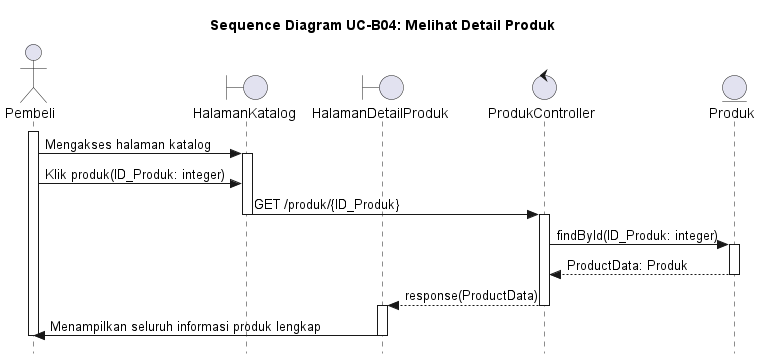
Earlier version of the PlantUML export out/UC-B04/SD-UC-B04_MelihatDetailProduk.png (alfiahnurfa/RSI-PROYEK-AKHIR-SEQUENCE). Its diagram source:
```plantuml
@startuml SD-UC-B04_MelihatDetailProduk
title Sequence Diagram UC-B04: Melihat Detail Produk
skinparam style strictuml

actor Pembeli
boundary HalamanKatalog
boundary HalamanDetailProduk
control ProdukController
entity Produk

activate Pembeli
Pembeli -> HalamanKatalog : Mengakses halaman katalog
activate HalamanKatalog

Pembeli -> HalamanKatalog : Klik produk(ID_Produk: integer)

HalamanKatalog -> ProdukController : GET /produk/{ID_Produk}
deactivate HalamanKatalog
activate ProdukController

ProdukController -> Produk : findById(ID_Produk: integer)
activate Produk
Produk --> ProdukController : ProductData: Produk
deactivate Produk

ProdukController --> HalamanDetailProduk : response(ProductData)
deactivate ProdukController
activate HalamanDetailProduk

HalamanDetailProduk -> Pembeli : Menampilkan seluruh informasi produk lengkap
deactivate HalamanDetailProduk
deactivate Pembeli

@enduml
```
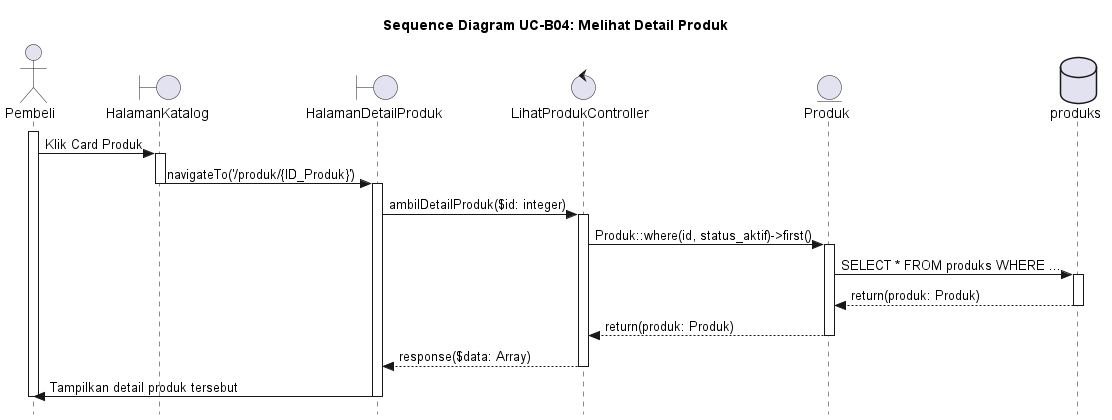
The same diagram one commit later.

The edit, as a diff of the source:
```diff
@@ -5,29 +5,37 @@
 actor Pembeli
 boundary HalamanKatalog
 boundary HalamanDetailProduk
-control ProdukController
+control LihatProdukController
 entity Produk
+database produks
 
 activate Pembeli
-Pembeli -> HalamanKatalog : Mengakses halaman katalog
+Pembeli -> HalamanKatalog : Klik Card Produk
+
 activate HalamanKatalog
+HalamanKatalog -> HalamanDetailProduk : navigateTo('/produk/{ID_Produk}')
+deactivate HalamanKatalog
+activate HalamanDetailProduk
 
-Pembeli -> HalamanKatalog : Klik produk(ID_Produk: integer)
+HalamanDetailProduk -> LihatProdukController : ambilDetailProduk($id: integer)
+activate LihatProdukController
 
-HalamanKatalog -> ProdukController : GET /produk/{ID_Produk}
-deactivate HalamanKatalog
-activate ProdukController
+LihatProdukController -> Produk : Produk::where(id, status_aktif)->first()
+activate Produk
 
-ProdukController -> Produk : findById(ID_Produk: integer)
-activate Produk
-Produk --> ProdukController : ProductData: Produk
+Produk -> produks : SELECT * FROM produks WHERE ...
+activate produks
+
+produks --> Produk : return(produk: Produk)
+deactivate produks
+
+Produk --> LihatProdukController : return(produk: Produk)
 deactivate Produk
 
-ProdukController --> HalamanDetailProduk : response(ProductData)
-deactivate ProdukController
-activate HalamanDetailProduk
+LihatProdukController --> HalamanDetailProduk : response($data: Array)
+deactivate LihatProdukController
 
-HalamanDetailProduk -> Pembeli : Menampilkan seluruh informasi produk lengkap
+HalamanDetailProduk -> Pembeli : Tampilkan detail produk tersebut
 deactivate HalamanDetailProduk
 deactivate Pembeli
 
```
